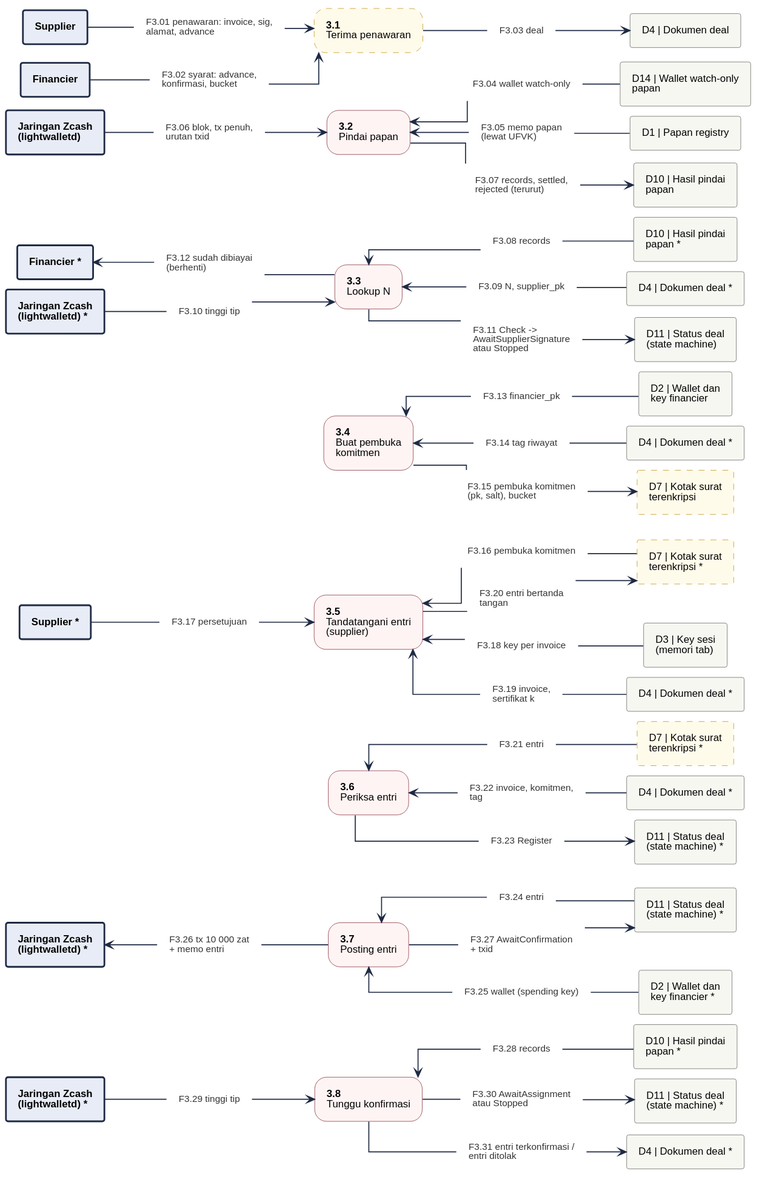
Above: 08-FlowDiagrams/assets/dfd-2-3.svg in JitsuinFi/jitsuinfi-vault (PlantUML), before the change.
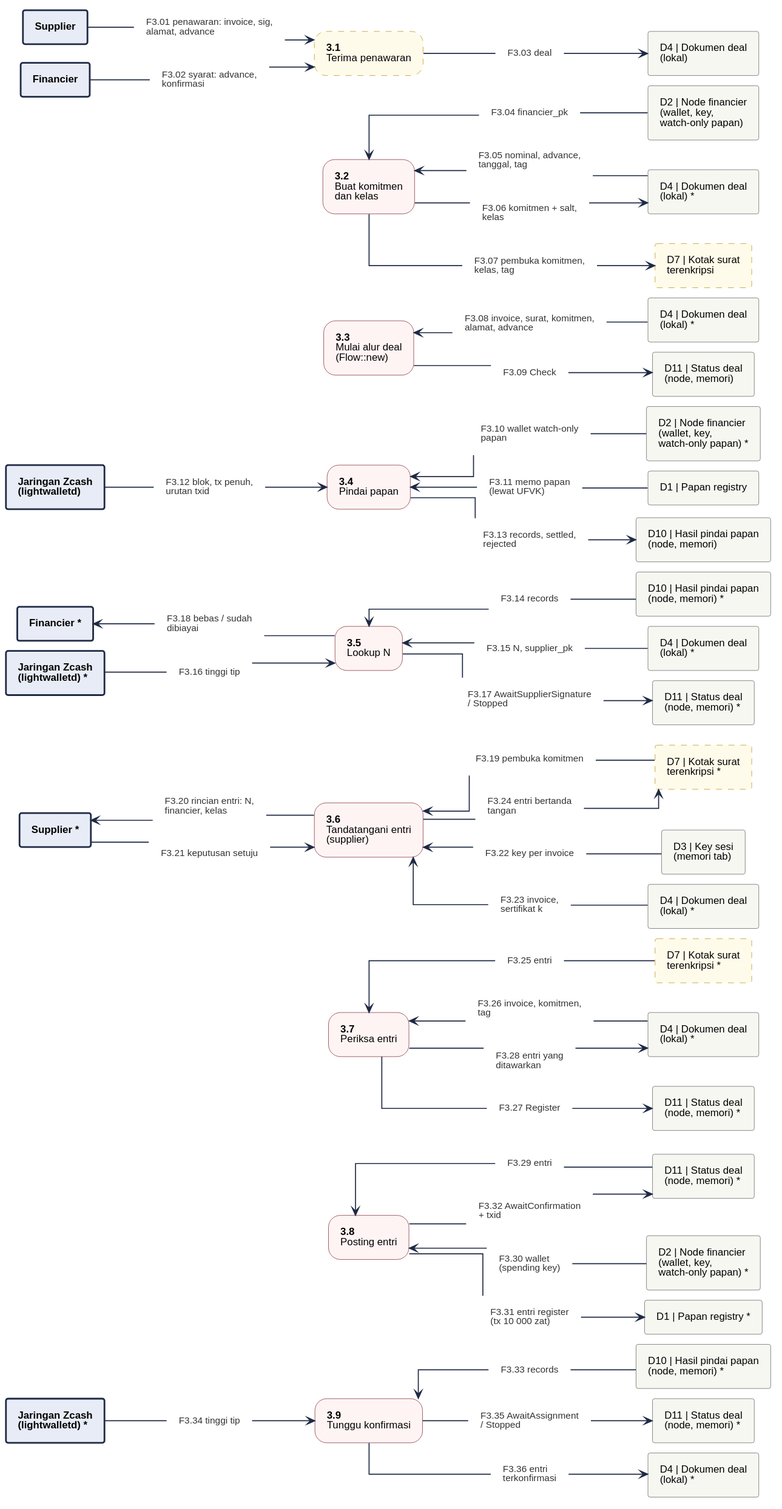
The same diagram one commit later.

Diff of the diagram source:
```diff
@@ -3,74 +3,82 @@
 left to right direction
 skinparam nodesep 12
 skinparam ranksep 35
-rectangle "D4 | Dokumen deal *" <<store>> as D4_8
-rectangle "D11 | Status deal\n(state machine) *" <<store>> as D11_8
-rectangle "Jaringan Zcash\n(lightwalletd) *" <<entity>> as Z_8
-rectangle "D10 | Hasil pindai\npapan *" <<store>> as D10_8
-rectangle "Jaringan Zcash\n(lightwalletd) *" <<entity>> as Z_7
-rectangle "D2 | Wallet dan\nkey financier *" <<store>> as D2_7
-rectangle "D11 | Status deal\n(state machine) *" <<store>> as D11_7
-rectangle "D11 | Status deal\n(state machine) *" <<store>> as D11_6
-rectangle "D4 | Dokumen deal *" <<store>> as D4_6
+rectangle "D4 | Dokumen deal\n(lokal) *" <<store>> as D4_9
+rectangle "D11 | Status deal\n(node, memori) *" <<store>> as D11_9
+rectangle "Jaringan Zcash\n(lightwalletd) *" <<entity>> as Z_9
+rectangle "D10 | Hasil pindai papan\n(node, memori) *" <<store>> as D10_9
+rectangle "D1 | Papan registry *" <<store>> as D1_8
+rectangle "D2 | Node financier\n(wallet, key,\nwatch-only papan) *" <<store>> as D2_8
+rectangle "D11 | Status deal\n(node, memori) *" <<store>> as D11_8
+rectangle "D11 | Status deal\n(node, memori) *" <<store>> as D11_7
+rectangle "D4 | Dokumen deal\n(lokal) *" <<store>> as D4_7
+rectangle "D7 | Kotak surat\nterenkripsi *" <<storeproposal>> as D7_7
+rectangle "D4 | Dokumen deal\n(lokal) *" <<store>> as D4_6
+rectangle "D3 | Key sesi\n(memori tab)" <<store>> as D3_6
+rectangle "Supplier *" <<entity>> as S_6
 rectangle "D7 | Kotak surat\nterenkripsi *" <<storeproposal>> as D7_6
-rectangle "D4 | Dokumen deal *" <<store>> as D4_5
-rectangle "D3 | Key sesi\n(memori tab)" <<store>> as D3_5
-rectangle "Supplier *" <<entity>> as S_5
-rectangle "D7 | Kotak surat\nterenkripsi *" <<storeproposal>> as D7_5
-rectangle "D7 | Kotak surat\nterenkripsi" <<storeproposal>> as D7_4
-rectangle "D4 | Dokumen deal *" <<store>> as D4_4
-rectangle "D2 | Wallet dan\nkey financier" <<store>> as D2_4
-rectangle "Financier *" <<entity>> as F_3
-rectangle "D11 | Status deal\n(state machine)" <<store>> as D11_3
-rectangle "Jaringan Zcash\n(lightwalletd) *" <<entity>> as Z_3
-rectangle "D4 | Dokumen deal *" <<store>> as D4_3
-rectangle "D10 | Hasil pindai\npapan *" <<store>> as D10_3
-rectangle "D10 | Hasil pindai\npapan" <<store>> as D10_2
-rectangle "Jaringan Zcash\n(lightwalletd)" <<entity>> as Z_2
-rectangle "D1 | Papan registry" <<store>> as D1_2
-rectangle "D14 | Wallet watch-only\npapan" <<store>> as D14_2
-rectangle "D4 | Dokumen deal" <<store>> as D4_1
+rectangle "Financier *" <<entity>> as F_5
+rectangle "D11 | Status deal\n(node, memori) *" <<store>> as D11_5
+rectangle "Jaringan Zcash\n(lightwalletd) *" <<entity>> as Z_5
+rectangle "D4 | Dokumen deal\n(lokal) *" <<store>> as D4_5
+rectangle "D10 | Hasil pindai papan\n(node, memori) *" <<store>> as D10_5
+rectangle "D10 | Hasil pindai papan\n(node, memori)" <<store>> as D10_4
+rectangle "Jaringan Zcash\n(lightwalletd)" <<entity>> as Z_4
+rectangle "D1 | Papan registry" <<store>> as D1_4
+rectangle "D2 | Node financier\n(wallet, key,\nwatch-only papan) *" <<store>> as D2_4
+rectangle "D11 | Status deal\n(node, memori)" <<store>> as D11_3
+rectangle "D4 | Dokumen deal\n(lokal) *" <<store>> as D4_3
+rectangle "D7 | Kotak surat\nterenkripsi" <<storeproposal>> as D7_2
+rectangle "D4 | Dokumen deal\n(lokal) *" <<store>> as D4_2
+rectangle "D2 | Node financier\n(wallet, key,\nwatch-only papan)" <<store>> as D2_2
+rectangle "D4 | Dokumen deal\n(lokal)" <<store>> as D4_1
 rectangle "Financier" <<entity>> as F_1
 rectangle "Supplier" <<entity>> as S_1
-rectangle "**3.8**\nTunggu konfirmasi" <<process>> as P8
-rectangle "**3.7**\nPosting entri" <<process>> as P7
-rectangle "**3.6**\nPeriksa entri" <<process>> as P6
-rectangle "**3.5**\nTandatangani entri\n(supplier)" <<process>> as P5
-rectangle "**3.4**\nBuat pembuka\nkomitmen" <<process>> as P4
-rectangle "**3.3**\nLookup N" <<process>> as P3
-rectangle "**3.2**\nPindai papan" <<process>> as P2
+rectangle "**3.9**\nTunggu konfirmasi" <<process>> as P9
+rectangle "**3.8**\nPosting entri" <<process>> as P8
+rectangle "**3.7**\nPeriksa entri" <<process>> as P7
+rectangle "**3.6**\nTandatangani entri\n(supplier)" <<process>> as P6
+rectangle "**3.5**\nLookup N" <<process>> as P5
+rectangle "**3.4**\nPindai papan" <<process>> as P4
+rectangle "**3.3**\nMulai alur deal\n(Flow::new)" <<process>> as P3
+rectangle "**3.2**\nBuat komitmen\ndan kelas" <<process>> as P2
 rectangle "**3.1**\nTerima penawaran" <<proposal>> as P1
 rectangle "F3.01 penawaran: invoice, sig,\nalamat, advance" <<flow>> as f_F3_01
-rectangle "F3.02 syarat: advance,\nkonfirmasi, bucket" <<flow>> as f_F3_02
+rectangle "F3.02 syarat: advance,\nkonfirmasi" <<flow>> as f_F3_02
 rectangle "F3.03 deal" <<flow>> as f_F3_03
-rectangle "F3.04 wallet watch-only" <<flow>> as f_F3_04
-rectangle "F3.05 memo papan\n(lewat UFVK)" <<flow>> as f_F3_05
-rectangle "F3.06 blok, tx penuh,\nurutan txid" <<flow>> as f_F3_06
-rectangle "F3.07 records, settled,\nrejected (terurut)" <<flow>> as f_F3_07
-rectangle "F3.08 records" <<flow>> as f_F3_08
-rectangle "F3.09 N, supplier_pk" <<flow>> as f_F3_09
-rectangle "F3.10 tinggi tip" <<flow>> as f_F3_10
-rectangle "F3.11 Check ->\nAwaitSupplierSignature\natau Stopped" <<flow>> as f_F3_11
-rectangle "F3.12 sudah dibiayai\n(berhenti)" <<flow>> as f_F3_12
-rectangle "F3.13 financier_pk" <<flow>> as f_F3_13
-rectangle "F3.14 tag riwayat" <<flow>> as f_F3_14
-rectangle "F3.15 pembuka komitmen\n(pk, salt), bucket" <<flow>> as f_F3_15
-rectangle "F3.16 pembuka komitmen" <<flow>> as f_F3_16
-rectangle "F3.17 persetujuan" <<flow>> as f_F3_17
-rectangle "F3.18 key per invoice" <<flow>> as f_F3_18
-rectangle "F3.19 invoice,\nsertifikat k" <<flow>> as f_F3_19
-rectangle "F3.20 entri bertanda\ntangan" <<flow>> as f_F3_20
-rectangle "F3.21 entri" <<flow>> as f_F3_21
-rectangle "F3.22 invoice, komitmen,\ntag" <<flow>> as f_F3_22
-rectangle "F3.23 Register" <<flow>> as f_F3_23
-rectangle "F3.24 entri" <<flow>> as f_F3_24
-rectangle "F3.25 wallet (spending key)" <<flow>> as f_F3_25
-rectangle "F3.26 tx 10 000 zat\n+ memo entri" <<flow>> as f_F3_26
-rectangle "F3.27 AwaitConfirmation\n+ txid" <<flow>> as f_F3_27
-rectangle "F3.28 records" <<flow>> as f_F3_28
-rectangle "F3.29 tinggi tip" <<flow>> as f_F3_29
-rectangle "F3.30 AwaitAssignment\natau Stopped" <<flow>> as f_F3_30
-rectangle "F3.31 entri terkonfirmasi /\nentri ditolak" <<flow>> as f_F3_31
+rectangle "F3.04 financier_pk" <<flow>> as f_F3_04
+rectangle "F3.05 nominal, advance,\ntanggal, tag" <<flow>> as f_F3_05
+rectangle "F3.06 komitmen + salt,\nkelas" <<flow>> as f_F3_06
+rectangle "F3.07 pembuka komitmen,\nkelas, tag" <<flow>> as f_F3_07
+rectangle "F3.08 invoice, surat, komitmen,\nalamat, advance" <<flow>> as f_F3_08
+rectangle "F3.09 Check" <<flow>> as f_F3_09
+rectangle "F3.10 wallet watch-only\npapan" <<flow>> as f_F3_10
+rectangle "F3.11 memo papan\n(lewat UFVK)" <<flow>> as f_F3_11
+rectangle "F3.12 blok, tx penuh,\nurutan txid" <<flow>> as f_F3_12
+rectangle "F3.13 records, settled,\nrejected" <<flow>> as f_F3_13
+rectangle "F3.14 records" <<flow>> as f_F3_14
+rectangle "F3.15 N, supplier_pk" <<flow>> as f_F3_15
+rectangle "F3.16 tinggi tip" <<flow>> as f_F3_16
+rectangle "F3.17 AwaitSupplierSignature\n/ Stopped" <<flow>> as f_F3_17
+rectangle "F3.18 bebas / sudah\ndibiayai" <<flow>> as f_F3_18
+rectangle "F3.19 pembuka komitmen" <<flow>> as f_F3_19
+rectangle "F3.20 rincian entri: N,\nfinancier, kelas" <<flow>> as f_F3_20
+rectangle "F3.21 keputusan setuju" <<flow>> as f_F3_21
+rectangle "F3.22 key per invoice" <<flow>> as f_F3_22
+rectangle "F3.23 invoice,\nsertifikat k" <<flow>> as f_F3_23
+rectangle "F3.24 entri bertanda\ntangan" <<flow>> as f_F3_24
+rectangle "F3.25 entri" <<flow>> as f_F3_25
+rectangle "F3.26 invoice, komitmen,\ntag" <<flow>> as f_F3_26
+rectangle "F3.27 Register" <<flow>> as f_F3_27
+rectangle "F3.28 entri yang\nditawarkan" <<flow>> as f_F3_28
+rectangle "F3.29 entri" <<flow>> as f_F3_29
+rectangle "F3.30 wallet\n(spending key)" <<flow>> as f_F3_30
+rectangle "F3.31 entri register\n(tx 10 000 zat)" <<flow>> as f_F3_31
+rectangle "F3.32 AwaitConfirmation\n+ txid" <<flow>> as f_F3_32
+rectangle "F3.33 records" <<flow>> as f_F3_33
+rectangle "F3.34 tinggi tip" <<flow>> as f_F3_34
+rectangle "F3.35 AwaitAssignment\n/ Stopped" <<flow>> as f_F3_35
+rectangle "F3.36 entri\nterkonfirmasi" <<flow>> as f_F3_36
 S_1 -- f_F3_01
 f_F3_01 --> P1
 F_1 -- f_F3_02
@@ -78,67 +86,85 @@
 P1 -- f_F3_03
 f_F3_03 --> D4_1
 P2 <-- f_F3_04
-f_F3_04 -- D14_2
+f_F3_04 -- D2_2
 P2 <-- f_F3_05
-f_F3_05 -- D1_2
-Z_2 -- f_F3_06
-f_F3_06 --> P2
+f_F3_05 -- D4_2
+P2 -- f_F3_06
+f_F3_06 --> D4_2
 P2 -- f_F3_07
-f_F3_07 --> D10_2
+f_F3_07 --> D7_2
 P3 <-- f_F3_08
-f_F3_08 -- D10_3
-P3 <-- f_F3_09
-f_F3_09 -- D4_3
-Z_3 -- f_F3_10
-f_F3_10 --> P3
-P3 -- f_F3_11
-f_F3_11 --> D11_3
-F_3 <-- f_F3_12
-f_F3_12 -- P3
-P4 <-- f_F3_13
-f_F3_13 -- D2_4
-P4 <-- f_F3_14
-f_F3_14 -- D4_4
-P4 -- f_F3_15
-f_F3_15 --> D7_4
-P5 <-- f_F3_16
-f_F3_16 -- D7_5
-S_5 -- f_F3_17
-f_F3_17 --> P5
-P5 <-- f_F3_18
-f_F3_18 -- D3_5
-P5 <-- f_F3_19
-f_F3_19 -- D4_5
-P5 -- f_F3_20
-f_F3_20 --> D7_5
-P6 <-- f_F3_21
-f_F3_21 -- D7_6
+f_F3_08 -- D4_3
+P3 -- f_F3_09
+f_F3_09 --> D11_3
+P4 <-- f_F3_10
+f_F3_10 -- D2_4
+P4 <-- f_F3_11
+f_F3_11 -- D1_4
+Z_4 -- f_F3_12
+f_F3_12 --> P4
+P4 -- f_F3_13
+f_F3_13 --> D10_4
+P5 <-- f_F3_14
+f_F3_14 -- D10_5
+P5 <-- f_F3_15
+f_F3_15 -- D4_5
+Z_5 -- f_F3_16
+f_F3_16 --> P5
+P5 -- f_F3_17
+f_F3_17 --> D11_5
+F_5 <-- f_F3_18
+f_F3_18 -- P5
+P6 <-- f_F3_19
+f_F3_19 -- D7_6
+S_6 <-- f_F3_20
+f_F3_20 -- P6
+S_6 -- f_F3_21
+f_F3_21 --> P6
 P6 <-- f_F3_22
-f_F3_22 -- D4_6
-P6 -- f_F3_23
-f_F3_23 --> D11_6
-P7 <-- f_F3_24
-f_F3_24 -- D11_7
+f_F3_22 -- D3_6
+P6 <-- f_F3_23
+f_F3_23 -- D4_6
+P6 -- f_F3_24
+f_F3_24 --> D7_6
 P7 <-- f_F3_25
-f_F3_25 -- D2_7
-Z_7 <-- f_F3_26
-f_F3_26 -- P7
+f_F3_25 -- D7_7
+P7 <-- f_F3_26
+f_F3_26 -- D4_7
 P7 -- f_F3_27
 f_F3_27 --> D11_7
-P8 <-- f_F3_28
-f_F3_28 -- D10_8
-Z_8 -- f_F3_29
-f_F3_29 --> P8
-P8 -- f_F3_30
-f_F3_30 --> D11_8
+P7 -- f_F3_28
+f_F3_28 --> D4_7
+P8 <-- f_F3_29
+f_F3_29 -- D11_8
+P8 <-- f_F3_30
+f_F3_30 -- D2_8
 P8 -- f_F3_31
-f_F3_31 --> D4_8
-rectangle " " <<spacer>> as sp_P4_a
-rectangle " " <<spacer>> as sp_P4_b
-sp_P4_a -[hidden]- sp_P4_b
-sp_P4_b -[hidden]- P4
-rectangle " " <<spacer>> as sp_P6_a
-rectangle " " <<spacer>> as sp_P6_b
-sp_P6_a -[hidden]- sp_P6_b
-sp_P6_b -[hidden]- P6
+f_F3_31 --> D1_8
+P8 -- f_F3_32
+f_F3_32 --> D11_8
+P9 <-- f_F3_33
+f_F3_33 -- D10_9
+Z_9 -- f_F3_34
+f_F3_34 --> P9
+P9 -- f_F3_35
+f_F3_35 --> D11_9
+P9 -- f_F3_36
+f_F3_36 --> D4_9
+rectangle " " <<spacer>> as sp_P2_a
+rectangle " " <<spacer>> as sp_P2_b
+sp_P2_a -[hidden]- sp_P2_b
+sp_P2_b -[hidden]- P2
+rectangle " " <<spacer>> as sp_P3_a
+rectangle " " <<spacer>> as sp_P3_b
+sp_P3_a -[hidden]- sp_P3_b
+sp_P3_b -[hidden]- P3
+rectangle " " <<spacer>> as sp_P7_a
+rectangle " " <<spacer>> as sp_P7_b
+sp_P7_a -[hidden]- sp_P7_b
+sp_P7_b -[hidden]- P7
+rectangle " " <<spacer>> as sp_P8_a
+rectangle " " <<spacer>> as sp_P8_b
+sp_P8_a -[hidden]- sp_P8_b
+sp_P8_b -[hidden]- P8
 @enduml
```
